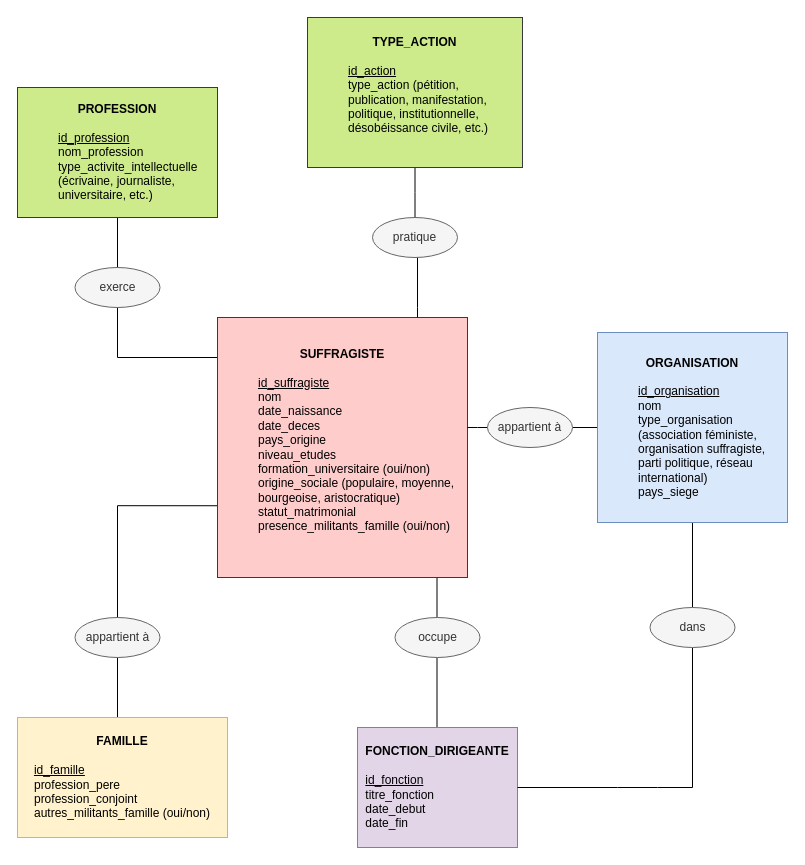
Earlier version of the draw.io diagram documentation/Modele_conceptuel.drawio (Cecile2109/Suffragettes). Source tidied: cells renumbered, new cells numbered last; positions are measured from the earlier drawing's top-left corner, leaving out a move shared by most shapes. Both pictures are drawn from the tidied source at 100%, with x=0, y=0 at pixel (17, 17).
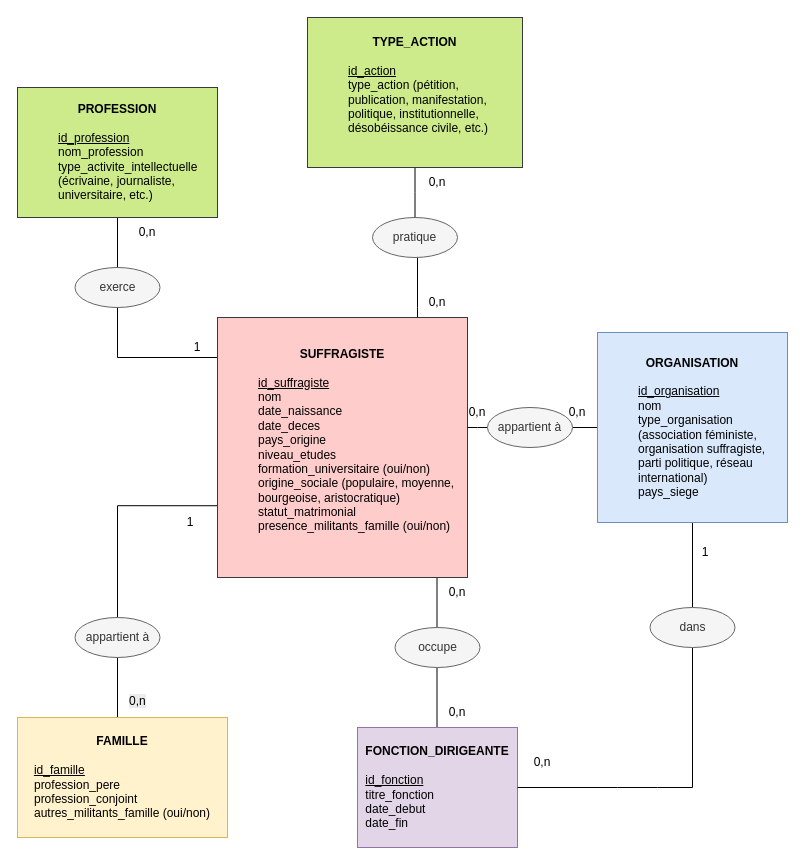
The same diagram, later.

Commit message (it also covers changes not shown here):
Modifications modèle conceptuel et commentaires du modèle

Diff of the diagram source:
```diff
@@
     <mxCell id="18" value="occupe" style="ellipse;whiteSpace=wrap;html=1;fillColor=#f5f5f5;fontColor=#333333;strokeColor=#666666;" parent="1" vertex="1">
-      <mxGeometry x="377.5" y="600" width="85" height="40" as="geometry" />
+      <mxGeometry x="377.5" y="610" width="85" height="40" as="geometry" />
     </mxCell>
@@
+    <mxCell id="24" value="0,n" style="text;html=1;whiteSpace=wrap;strokeColor=none;fillColor=none;align=center;verticalAlign=middle;rounded=0;" parent="1" vertex="1">
+      <mxGeometry x="390" y="270" width="60" height="30" as="geometry" />
+    </mxCell>
+    <mxCell id="25" value="0,n" style="text;html=1;whiteSpace=wrap;strokeColor=none;fillColor=none;align=center;verticalAlign=middle;rounded=0;" parent="1" vertex="1">
+      <mxGeometry x="390" y="150" width="60" height="30" as="geometry" />
+    </mxCell>
+    <mxCell id="26" value="0,n" style="text;html=1;whiteSpace=wrap;strokeColor=none;fillColor=none;align=center;verticalAlign=middle;rounded=0;" parent="1" vertex="1">
+      <mxGeometry x="430" y="380" width="60" height="30" as="geometry" />
+    </mxCell>
+    <mxCell id="27" value="0,n" style="text;html=1;whiteSpace=wrap;strokeColor=none;fillColor=none;align=center;verticalAlign=middle;rounded=0;" parent="1" vertex="1">
+      <mxGeometry x="530" y="380" width="60" height="30" as="geometry" />
+    </mxCell>
+    <mxCell id="28" value="1" style="text;html=1;whiteSpace=wrap;strokeColor=none;fillColor=none;align=center;verticalAlign=middle;rounded=0;" parent="1" vertex="1">
+      <mxGeometry x="657.5" y="520" width="60" height="30" as="geometry" />
+    </mxCell>
+    <mxCell id="29" value="0,n" style="text;html=1;whiteSpace=wrap;strokeColor=none;fillColor=none;align=center;verticalAlign=middle;rounded=0;" parent="1" vertex="1">
+      <mxGeometry x="495" y="730" width="60" height="30" as="geometry" />
+    </mxCell>
+    <mxCell id="30" value="0,n" style="text;html=1;whiteSpace=wrap;strokeColor=none;fillColor=none;align=center;verticalAlign=middle;rounded=0;" parent="1" vertex="1">
+      <mxGeometry x="410" y="680" width="60" height="30" as="geometry" />
+    </mxCell>
+    <mxCell id="31" value="0,n" style="text;html=1;whiteSpace=wrap;strokeColor=none;fillColor=none;align=center;verticalAlign=middle;rounded=0;" parent="1" vertex="1">
+      <mxGeometry x="410" y="560" width="60" height="30" as="geometry" />
+    </mxCell>
+    <mxCell id="32" value="&lt;span style=&quot;color: rgb(0, 0, 0); font-family: Helvetica; font-size: 12px; font-style: normal; font-variant-ligatures: normal; font-variant-caps: normal; font-weight: 400; letter-spacing: normal; orphans: 2; text-align: center; text-indent: 0px; text-transform: none; widows: 2; word-spacing: 0px; -webkit-text-stroke-width: 0px; white-space: normal; background-color: rgb(236, 236, 236); text-decoration-thickness: initial; text-decoration-style: initial; text-decoration-color: initial; display: inline !important; float: none;&quot;&gt;0,n&lt;/span&gt;" style="text;whiteSpace=wrap;html=1;" parent="1" vertex="1">
+      <mxGeometry x="110" y="670" width="50" height="40" as="geometry" />
+    </mxCell>
+    <mxCell id="33" value="1" style="text;html=1;whiteSpace=wrap;strokeColor=none;fillColor=none;align=center;verticalAlign=middle;rounded=0;" parent="1" vertex="1">
+      <mxGeometry x="142.5" y="490" width="60" height="30" as="geometry" />
+    </mxCell>
+    <mxCell id="34" value="1" style="text;html=1;whiteSpace=wrap;strokeColor=none;fillColor=none;align=center;verticalAlign=middle;rounded=0;" parent="1" vertex="1">
+      <mxGeometry x="150" y="315" width="60" height="30" as="geometry" />
+    </mxCell>
+    <mxCell id="35" value="0,n" style="text;html=1;whiteSpace=wrap;strokeColor=none;fillColor=none;align=center;verticalAlign=middle;rounded=0;" parent="1" vertex="1">
+      <mxGeometry x="100" y="200" width="60" height="30" as="geometry" />
+    </mxCell>
```
